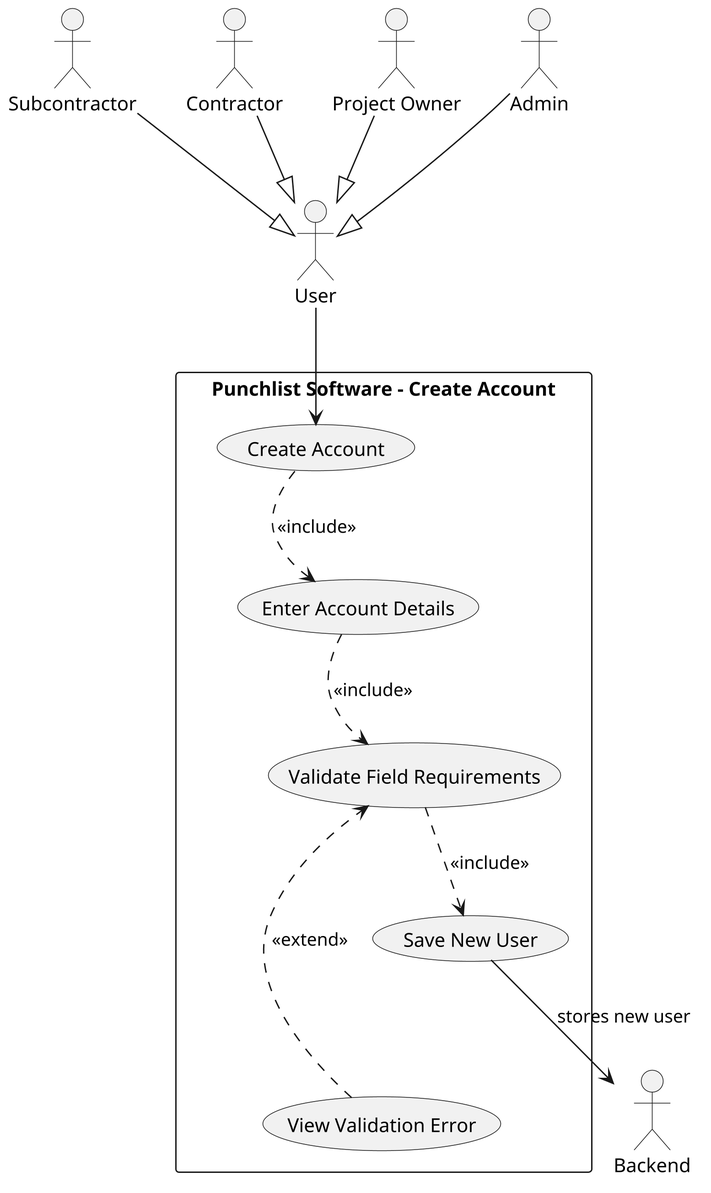
Before: Use Cases/Diagrams/use-case-create-account.png, a diagram exported from PlantUML (owenwriston/CMSC-447).
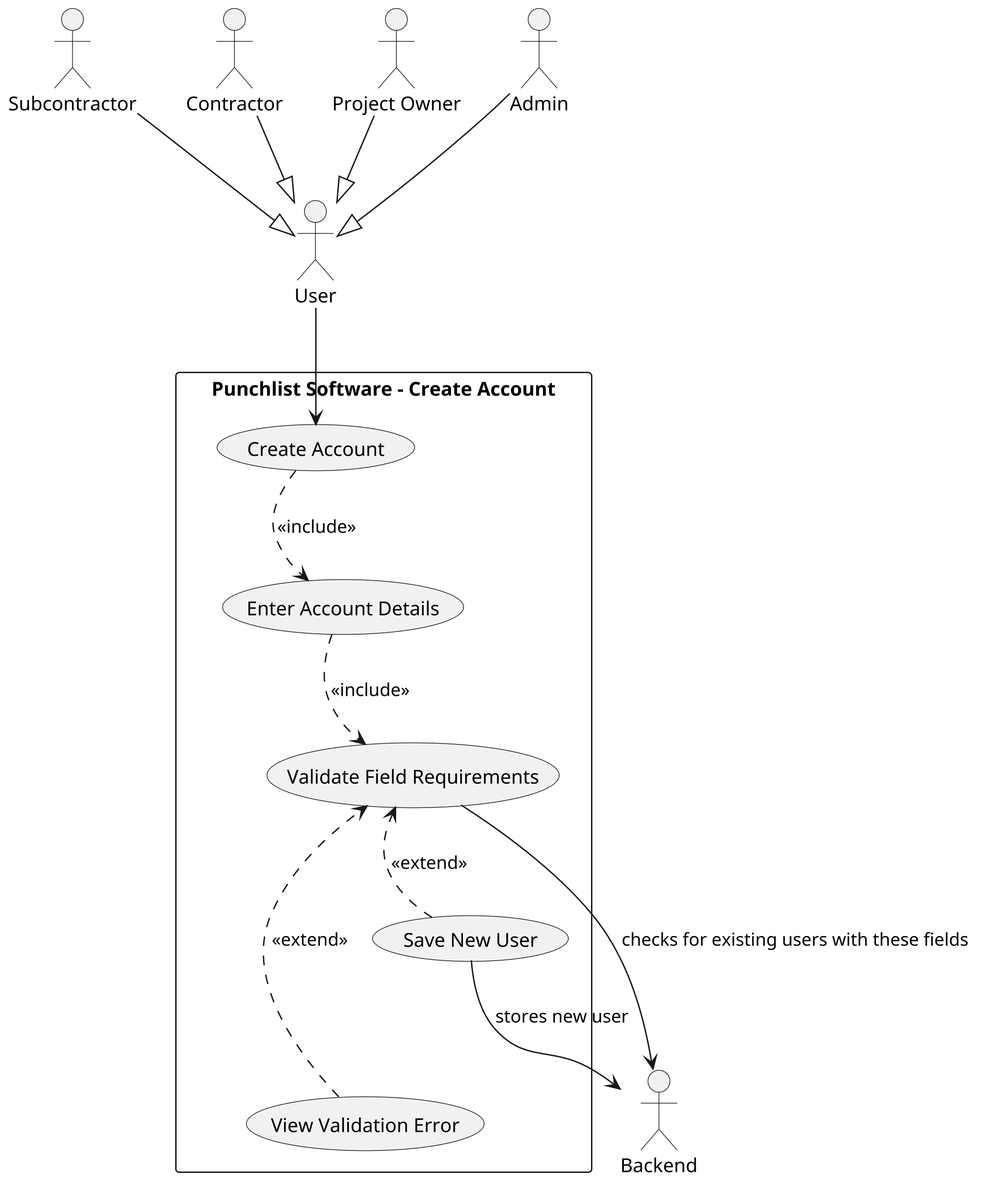
The same diagram one commit later.

Diff of the diagram source:
```diff
@@ -32,9 +32,10 @@
 UC0 .> UC0a : <<include>>
 UC0a .> UC0b : <<include>>
 
-UC0b .> UC0c : <<include>>
+UC0c .> UC0b : <<extend>>
 UC0d .> UC0b : <<extend>>
 
+UC0b --> Back : checks for existing users with these fields
 UC0c --> Back : stores new user
 
 @enduml
```
